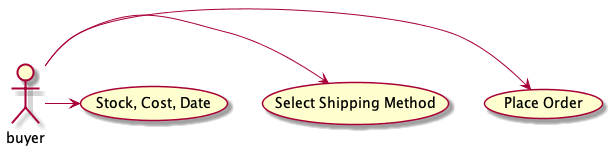
This is images/buyer-usecases.puml.png from EciStg/order-placement, a PlantUML export, as it was before one commit.
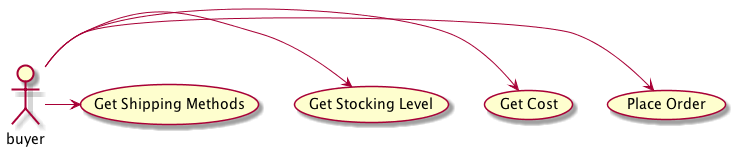
The same diagram one commit later.

Diff of the diagram source:
```diff
@@ -1,5 +1,6 @@
 @startuml sequence-buyer2seller.png
 buyer -> (Place Order)
-buyer -> (Select Shipping Method)
-buyer -> (Stock, Cost, Date)
+buyer -> (Get Cost)
+buyer -> (Get Stocking Level)
+buyer -> (Get Shipping Methods)
 @enduml
```
